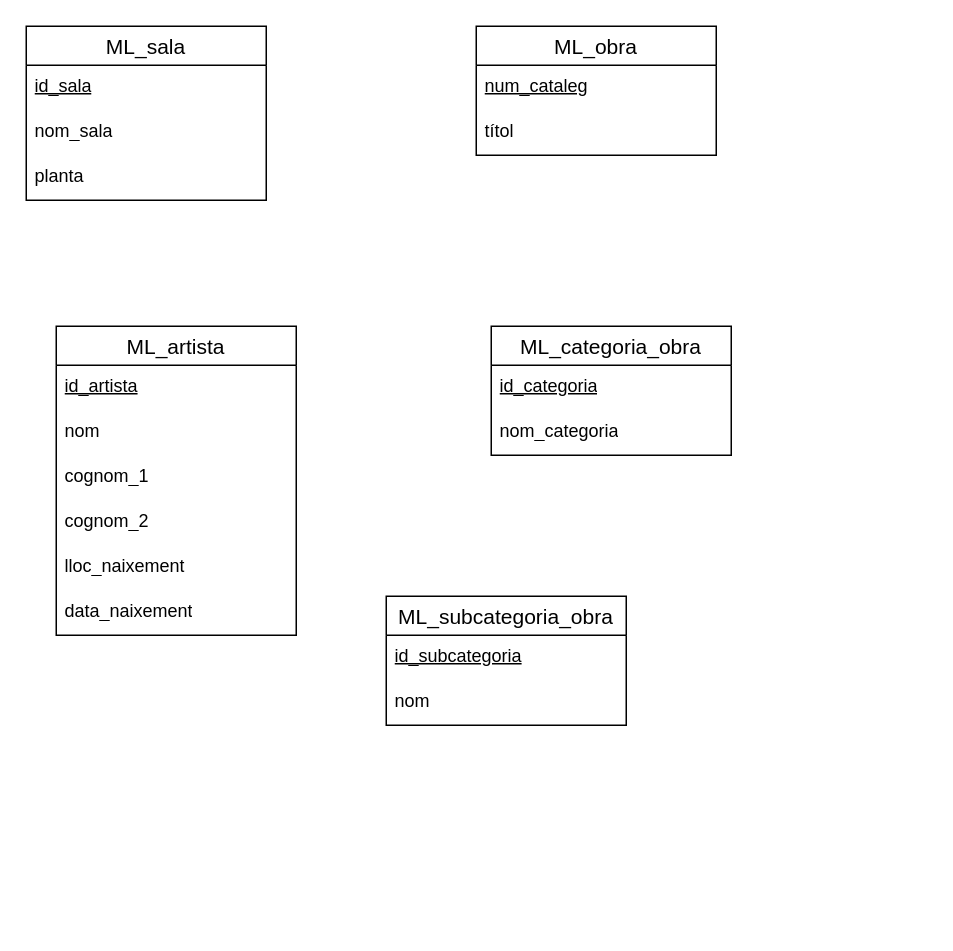
The draw.io diagram examen.drawio in victor06-git/base_de_dades, before the edit. Source tidied: cells renumbered, new cells numbered last; positions are measured from the earlier drawing's top-left corner, leaving out a move shared by most shapes. Both pictures are drawn from the tidied source at 150%, with x=0, y=0 at pixel (26, 26).
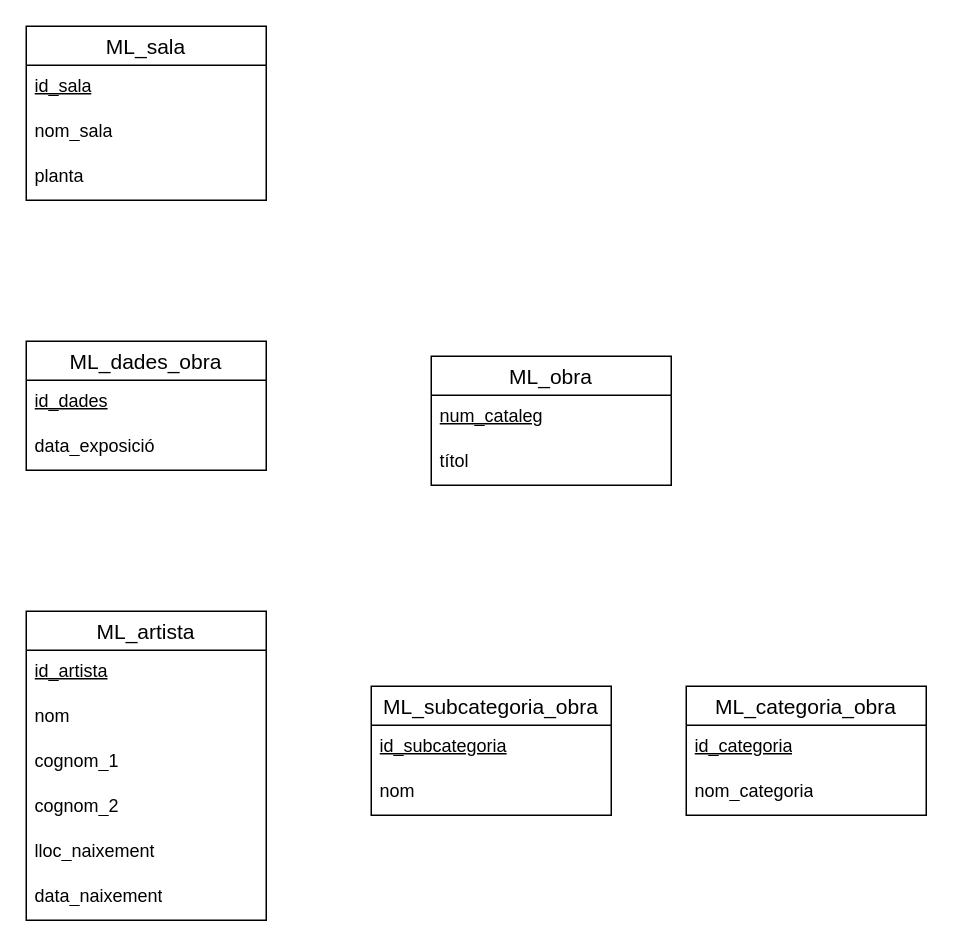
Above is the later version.

The edit, as a diff of the source:
```diff
@@
     <mxCell id="6" value="ML_obra" style="swimlane;fontStyle=0;horizontal=1;startSize=26;align=center;fontSize=14;" parent="1" vertex="1">
-      <mxGeometry x="300" width="160" height="86" as="geometry" />
+      <mxGeometry x="270" y="220" width="160" height="86" as="geometry" />
     </mxCell>
@@
     <mxCell id="9" value="ML_categoria_obra" style="swimlane;fontStyle=0;horizontal=1;startSize=26;align=center;fontSize=14;" parent="1" vertex="1">
-      <mxGeometry x="310" y="200" width="160" height="86" as="geometry" />
+      <mxGeometry x="440" y="440" width="160" height="86" as="geometry" />
     </mxCell>
@@
     <mxCell id="12" value="ML_artista" style="swimlane;fontStyle=0;horizontal=1;startSize=26;align=center;fontSize=14;" parent="1" vertex="1">
-      <mxGeometry x="20" y="200" width="160" height="206" as="geometry" />
+      <mxGeometry y="390" width="160" height="206" as="geometry" />
     </mxCell>
@@
     <mxCell id="19" value="ML_subcategoria_obra" style="swimlane;fontStyle=0;horizontal=1;startSize=26;align=center;fontSize=14;" parent="1" vertex="1">
-      <mxGeometry x="240" y="380" width="160" height="86" as="geometry" />
+      <mxGeometry x="230" y="440" width="160" height="86" as="geometry" />
     </mxCell>
@@
+    <mxCell id="22" value="ML_dades_obra" style="swimlane;fontStyle=0;horizontal=1;startSize=26;align=center;fontSize=14;" parent="1" vertex="1">
+      <mxGeometry y="210" width="160" height="86" as="geometry" />
+    </mxCell>
+    <mxCell id="23" value="&lt;u&gt;id_dades&lt;/u&gt;" style="text;strokeColor=none;fillColor=none;spacingLeft=4;spacingRight=4;overflow=hidden;fontSize=12;whiteSpace=wrap;html=1;" parent="22" vertex="1">
+      <mxGeometry y="26" width="160" height="30" as="geometry" />
+    </mxCell>
+    <mxCell id="24" value="data_exposició" style="text;strokeColor=none;fillColor=none;spacingLeft=4;spacingRight=4;overflow=hidden;fontSize=12;whiteSpace=wrap;html=1;" parent="22" vertex="1">
+      <mxGeometry y="56" width="160" height="30" as="geometry" />
+    </mxCell>
```
